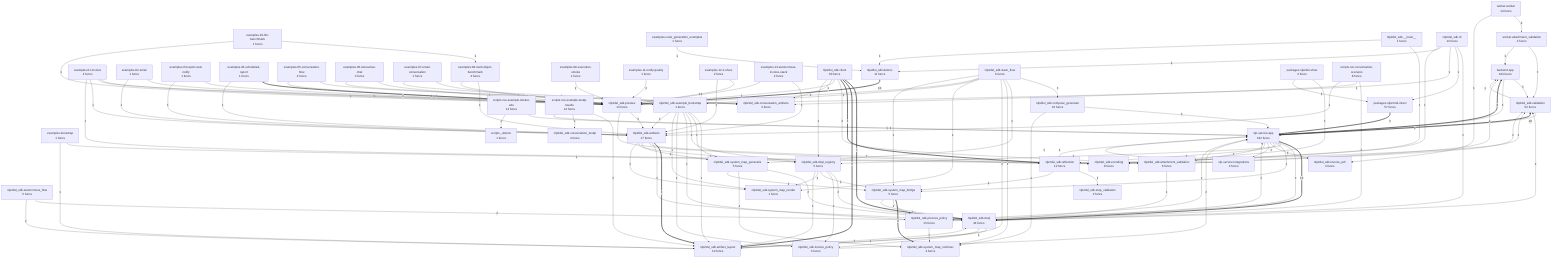
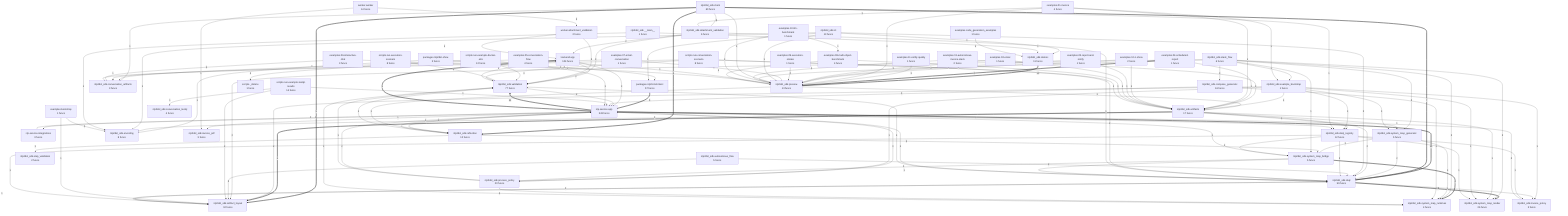
flowchart TD
- %% generated in 0.05s
+ %% generated in 0.08s
    backend__app["backend.app<br/>104 funcs"]
    examples__01_invoice["examples.01-invoice<br/>4 funcs"]
    examples__02_email["examples.02-email<br/>1 funcs"]
    examples__03_report_and_notify["examples.03-report-and-notify<br/>1 funcs"]
    examples__04_scheduled_report["examples.04-scheduled-report<br/>1 funcs"]
    examples__05_conversation_flow["examples.05-conversation-flow<br/>4 funcs"]
    examples__06_interactive_chat["examples.06-interactive-chat<br/>3 funcs"]
    examples__07_email_conversation["examples.07-email-conversation<br/>1 funcs"]
    examples__08_multi_object_benchmark["examples.08-multi-object-benchmark<br/>4 funcs"]
    examples__09_execution_smoke["examples.09-execution-smoke<br/>1 funcs"]
    examples__10_llm_benchmark["examples.10-llm-benchmark<br/>1 funcs"]
    examples__11_notify_quality["examples.11-notify-quality<br/>1 funcs"]
    examples__12_ir_show["examples.12-ir-show<br/>2 funcs"]
    examples__13_autonomous_invoice_stack["examples.13-autonomous-invoice-stack<br/>2 funcs"]
    examples__bootstrap["examples.bootstrap<br/>1 funcs"]
    examples__code_generation_examples["examples.code_generation_examples<br/>1 funcs"]
-     nlp_service__app["nlp-service.app<br/>332 funcs"]
+     nlp_service__app["nlp-service.app<br/>343 funcs"]
    nlp_service__integrations["nlp-service.integrations<br/>3 funcs"]
    nlp2dsl_sdk____main__["nlp2dsl_sdk.__main__<br/>1 funcs"]
    nlp2dsl_sdk__artifact_layout["nlp2dsl_sdk.artifact_layout<br/>10 funcs"]
    nlp2dsl_sdk__artifacts["nlp2dsl_sdk.artifacts<br/>17 funcs"]
    nlp2dsl_sdk__attachment_validation["nlp2dsl_sdk.attachment_validation<br/>6 funcs"]
    nlp2dsl_sdk__autonomous_flow["nlp2dsl_sdk.autonomous_flow<br/>5 funcs"]
    nlp2dsl_sdk__cli["nlp2dsl_sdk.cli<br/>13 funcs"]
    nlp2dsl_sdk__client["nlp2dsl_sdk.client<br/>60 funcs"]
    nlp2dsl_sdk__compose_generator["nlp2dsl_sdk.compose_generator<br/>16 funcs"]
    nlp2dsl_sdk__conversation_artifacts["nlp2dsl_sdk.conversation_artifacts<br/>3 funcs"]
    nlp2dsl_sdk__conversation_testql["nlp2dsl_sdk.conversation_testql<br/>4 funcs"]
    nlp2dsl_sdk__demos["nlp2dsl_sdk.demos<br/>11 funcs"]
-     nlp2dsl_sdk__doql["nlp2dsl_sdk.doql<br/>34 funcs"]
-     nlp2dsl_sdk__doql_registry["nlp2dsl_sdk.doql_registry<br/>5 funcs"]
+     nlp2dsl_sdk__doql["nlp2dsl_sdk.doql<br/>59 funcs"]
+     nlp2dsl_sdk__doql_registry["nlp2dsl_sdk.doql_registry<br/>12 funcs"]
    nlp2dsl_sdk__encoding["nlp2dsl_sdk.encoding<br/>8 funcs"]
    nlp2dsl_sdk__example_bootstrap["nlp2dsl_sdk.example_bootstrap<br/>1 funcs"]
    nlp2dsl_sdk__invoice_pdf["nlp2dsl_sdk.invoice_pdf<br/>3 funcs"]
    nlp2dsl_sdk__invoice_policy["nlp2dsl_sdk.invoice_policy<br/>3 funcs"]
    nlp2dsl_sdk__preview["nlp2dsl_sdk.preview<br/>13 funcs"]
-     nlp2dsl_sdk__process_policy["nlp2dsl_sdk.process_policy<br/>13 funcs"]
+     nlp2dsl_sdk__process_policy["nlp2dsl_sdk.process_policy<br/>20 funcs"]
    nlp2dsl_sdk__reflection["nlp2dsl_sdk.reflection<br/>12 funcs"]
    nlp2dsl_sdk__stack_flow["nlp2dsl_sdk.stack_flow<br/>6 funcs"]
    nlp2dsl_sdk__step_validation["nlp2dsl_sdk.step_validation<br/>2 funcs"]
    nlp2dsl_sdk__system_map_bridge["nlp2dsl_sdk.system_map_bridge<br/>5 funcs"]
    nlp2dsl_sdk__system_map_generator["nlp2dsl_sdk.system_map_generator<br/>5 funcs"]
-     nlp2dsl_sdk__system_map_render["nlp2dsl_sdk.system_map_render<br/>1 funcs"]
+     nlp2dsl_sdk__system_map_render["nlp2dsl_sdk.system_map_render<br/>26 funcs"]
    nlp2dsl_sdk__system_map_runtimes["nlp2dsl_sdk.system_map_runtimes<br/>4 funcs"]
-     nlp2dsl_sdk__validation["nlp2dsl_sdk.validation<br/>52 funcs"]
+     nlp2dsl_sdk__validation["nlp2dsl_sdk.validation<br/>77 funcs"]
    packages__nlp2cmd_intent["packages.nlp2cmd-intent<br/>57 funcs"]
    packages__nlp2dsl_show["packages.nlp2dsl-show<br/>3 funcs"]
    scripts___dotenv["scripts._dotenv<br/>1 funcs"]
    scripts__run_conversation_scenario["scripts.run-conversation-scenario<br/>8 funcs"]
    scripts__run_example_docker_e2e["scripts.run-example-docker-e2e<br/>12 funcs"]
    scripts__run_example_testql_results["scripts.run-example-testql-results<br/>14 funcs"]
+     scripts__run_execution_scenario["scripts.run-execution-scenario<br/>8 funcs"]
    worker__attachment_validation["worker.attachment_validation<br/>2 funcs"]
    worker__worker["worker.worker<br/>14 funcs"]
-     nlp_service__app ==>|13| nlp2dsl_sdk__doql
+     nlp2dsl_sdk__doql ==>|18| nlp2dsl_sdk__system_map_render
+     nlp_service__app ==>|15| nlp2dsl_sdk__doql
+     nlp_service__app ==>|11| nlp2dsl_sdk__validation
    nlp2dsl_sdk__demos ==>|10| nlp2dsl_sdk__preview
-     nlp_service__app ==>|10| nlp2dsl_sdk__validation
-     nlp_service__app ==>|8| backend__app
+     nlp_service__app ==>|9| backend__app
    nlp2dsl_sdk__client ==>|7| nlp2dsl_sdk__doql
    packages__nlp2cmd_intent ==>|5| nlp_service__app
    nlp2dsl_sdk__client ==>|5| nlp2dsl_sdk__artifact_layout
    nlp2dsl_sdk__artifacts ==>|4| nlp2dsl_sdk__artifact_layout
    nlp2dsl_sdk__client ==>|4| nlp2dsl_sdk__reflection
    nlp2dsl_sdk__system_map_bridge ==>|4| nlp2dsl_sdk__system_map_runtimes
    examples__04_scheduled_report ==>|4| nlp2dsl_sdk__preview
    backend__app -->|3| nlp2dsl_sdk__validation
    backend__app -->|3| nlp_service__app
    nlp2dsl_sdk__client -->|3| nlp2dsl_sdk__attachment_validation
    nlp2dsl_sdk__attachment_validation -->|3| nlp2dsl_sdk__validation
    nlp2dsl_sdk__stack_flow -->|3| nlp2dsl_sdk__compose_generator
    nlp2dsl_sdk__preview -->|3| nlp2dsl_sdk__artifacts
    examples__11_notify_quality -->|3| nlp2dsl_sdk__preview
    examples__01_invoice -->|3| nlp2dsl_sdk__preview
    examples__12_ir_show -->|3| nlp2dsl_sdk__preview
    examples__03_report_and_notify -->|3| nlp2dsl_sdk__preview
    examples__02_email -->|3| nlp2dsl_sdk__preview
    nlp_service__app -->|3| nlp2dsl_sdk__process_policy
    worker__attachment_validation -->|3| nlp2dsl_sdk__validation
+     scripts__run_example_docker_e2e -->|3| nlp2dsl_sdk__validation
    nlp2dsl_sdk__system_map_generator -->|2| nlp2dsl_sdk__doql
    nlp2dsl_sdk__artifacts -->|2| nlp2dsl_sdk__doql
    nlp2dsl_sdk__cli -->|2| nlp2dsl_sdk__doql
    nlp2dsl_sdk__example_bootstrap -->|2| nlp2dsl_sdk__artifact_layout
-     nlp2dsl_sdk__doql_registry -->|2| nlp2dsl_sdk__doql
    nlp2dsl_sdk__invoice_policy -->|2| nlp_service__app
    nlp2dsl_sdk__attachment_validation -->|2| backend__app
    nlp2dsl_sdk__stack_flow -->|2| nlp2dsl_sdk__system_map_generator
    nlp2dsl_sdk__stack_flow -->|2| nlp2dsl_sdk__system_map_runtimes
    nlp2dsl_sdk__stack_flow -->|2| nlp2dsl_sdk__artifact_layout
    nlp2dsl_sdk__stack_flow -->|2| nlp2dsl_sdk__system_map_render
    nlp2dsl_sdk__autonomous_flow -->|2| nlp2dsl_sdk__doql
    nlp2dsl_sdk__autonomous_flow -->|2| nlp2dsl_sdk__artifact_layout
-     nlp2dsl_sdk__process_policy -->|2| nlp_service__app
    nlp2dsl_sdk__validation -->|2| nlp_service__app
    examples__09_execution_smoke -->|2| nlp2dsl_sdk__preview
    examples__07_email_conversation -->|2| nlp2dsl_sdk__preview
    worker__worker -->|2| worker__attachment_validation
    scripts__run_example_testql_results -->|2| nlp2dsl_sdk__artifact_layout
+     nlp2dsl_sdk__doql_registry -->|2| nlp2dsl_sdk__doql
+     nlp2dsl_sdk__process_policy -->|2| nlp_service__app
+     scripts__run_execution_scenario -->|2| nlp2dsl_sdk__validation
+     scripts__run_conversation_scenario -->|2| nlp2dsl_sdk__validation
    scripts__run_conversation_scenario -->|2| nlp2dsl_sdk__doql
    packages__nlp2dsl_show -->|1| nlp2dsl_sdk__encoding
    packages__nlp2dsl_show -->|1| packages__nlp2cmd_intent
    nlp2dsl_sdk__system_map_generator -->|1| nlp2dsl_sdk__system_map_runtimes
    nlp2dsl_sdk__system_map_generator -->|1| nlp2dsl_sdk__system_map_bridge
    nlp2dsl_sdk__artifacts -->|1| nlp2dsl_sdk__encoding
    nlp2dsl_sdk__artifacts -->|1| nlp2dsl_sdk__system_map_generator
    nlp2dsl_sdk__artifacts -->|1| nlp2dsl_sdk__doql_registry
    nlp2dsl_sdk__artifacts -->|1| nlp2dsl_sdk__system_map_render
    nlp2dsl_sdk__cli -->|1| packages__nlp2cmd_intent
    nlp2dsl_sdk__cli -->|1| nlp2dsl_sdk__preview
    nlp2dsl_sdk__cli -->|1| nlp2dsl_sdk__demos
    nlp2dsl_sdk__cli -->|1| nlp2dsl_sdk__encoding
    nlp2dsl_sdk__example_bootstrap -->|1| nlp2dsl_sdk__system_map_generator
    nlp2dsl_sdk__example_bootstrap -->|1| nlp2dsl_sdk__doql_registry
    nlp2dsl_sdk__example_bootstrap -->|1| nlp2dsl_sdk__process_policy
    nlp2dsl_sdk__example_bootstrap -->|1| nlp2dsl_sdk__invoice_policy
    nlp2dsl_sdk__example_bootstrap -->|1| nlp2dsl_sdk__system_map_render
    nlp2dsl_sdk__example_bootstrap -->|1| nlp2dsl_sdk__artifacts
-     nlp2dsl_sdk__doql_registry -->|1| nlp2dsl_sdk__invoice_policy
-     nlp2dsl_sdk__doql_registry -->|1| nlp2dsl_sdk__system_map_bridge
-     nlp2dsl_sdk__doql_registry -->|1| nlp2dsl_sdk__system_map_render
-     nlp2dsl_sdk__doql_registry -->|1| nlp2dsl_sdk__artifact_layout
    nlp2dsl_sdk__client -->|1| nlp2dsl_sdk__preview
    nlp2dsl_sdk__client -->|1| nlp2dsl_sdk__conversation_artifacts
    nlp2dsl_sdk__client -->|1| nlp2dsl_sdk__doql_registry
    nlp2dsl_sdk____main__ -->|1| nlp2dsl_sdk__encoding
    nlp2dsl_sdk____main__ -->|1| nlp2dsl_sdk__demos
    nlp2dsl_sdk__attachment_validation -->|1| nlp2dsl_sdk__doql
    nlp2dsl_sdk__system_map_bridge -->|1| nlp2dsl_sdk__process_policy
    nlp2dsl_sdk__system_map_bridge -->|1| nlp2dsl_sdk__doql
    nlp2dsl_sdk__reflection -->|1| nlp2dsl_sdk__validation
    nlp2dsl_sdk__reflection -->|1| nlp_service__app
    nlp2dsl_sdk__reflection -->|1| nlp2dsl_sdk__step_validation
    nlp2dsl_sdk__reflection -->|1| nlp2dsl_sdk__system_map_bridge
    nlp2dsl_sdk__stack_flow -->|1| nlp2dsl_sdk__example_bootstrap
    nlp2dsl_sdk__stack_flow -->|1| nlp2dsl_sdk__preview
    nlp2dsl_sdk__stack_flow -->|1| nlp2dsl_sdk__system_map_bridge
    nlp2dsl_sdk__compose_generator -->|1| nlp_service__app
    nlp2dsl_sdk__compose_generator -->|1| nlp2dsl_sdk__system_map_runtimes
    nlp2dsl_sdk__preview -->|1| nlp2dsl_sdk__reflection
-     nlp2dsl_sdk__process_policy -->|1| nlp2dsl_sdk__system_map_runtimes
    nlp2dsl_sdk__artifact_layout -->|1| nlp2dsl_sdk__doql
    nlp2dsl_sdk__validation -->|1| backend__app
-     nlp2dsl_sdk__doql -->|1| nlp2dsl_sdk__artifact_layout
    nlp2dsl_sdk__doql -->|1| nlp_service__app
    nlp2dsl_sdk__doql -->|1| nlp2dsl_sdk__invoice_policy
+     nlp2dsl_sdk__doql -->|1| nlp2dsl_sdk__validation
    examples__bootstrap -->|1| nlp2dsl_sdk__encoding
    examples__bootstrap -->|1| nlp2dsl_sdk__artifact_layout
    examples__code_generation_examples -->|1| nlp2dsl_sdk__demos
    examples__13_autonomous_invoice_stack -->|1| nlp2dsl_sdk__artifacts
    examples__13_autonomous_invoice_stack -->|1| nlp2dsl_sdk__preview
    examples__10_llm_benchmark -->|1| examples__08_multi_object_benchmark
    examples__10_llm_benchmark -->|1| nlp2dsl_sdk__preview
    examples__05_conversation_flow -->|1| nlp2dsl_sdk__conversation_artifacts
    examples__05_conversation_flow -->|1| nlp2dsl_sdk__preview
    examples__04_scheduled_report -->|1| nlp2dsl_sdk__artifacts
    examples__01_invoice -->|1| nlp2dsl_sdk__example_bootstrap
    examples__01_invoice -->|1| nlp2dsl_sdk__artifacts
    examples__01_invoice -->|1| nlp2dsl_sdk__attachment_validation
    examples__12_ir_show -->|1| nlp2dsl_sdk__artifacts
    examples__07_email_conversation -->|1| nlp2dsl_sdk__conversation_artifacts
    examples__03_report_and_notify -->|1| nlp2dsl_sdk__artifacts
    examples__02_email -->|1| nlp2dsl_sdk__artifacts
    examples__06_interactive_chat -->|1| nlp2dsl_sdk__preview
    examples__06_interactive_chat -->|1| nlp2dsl_sdk__conversation_artifacts
    examples__08_multi_object_benchmark -->|1| nlp2dsl_sdk__artifacts
    examples__08_multi_object_benchmark -->|1| nlp2dsl_sdk__preview
    nlp_service__app -->|1| nlp2dsl_sdk__doql_registry
    nlp_service__app -->|1| nlp2dsl_sdk__system_map_bridge
    nlp_service__app -->|1| nlp2dsl_sdk__reflection
    nlp_service__app -->|1| nlp2dsl_sdk__invoice_pdf
    nlp_service__app -->|1| nlp_service__integrations
    nlp_service__integrations -->|1| nlp_service__app
    worker__attachment_validation -->|1| backend__app
    worker__worker -->|1| nlp2dsl_sdk__invoice_pdf
    scripts__run_example_testql_results -->|1| nlp2dsl_sdk__conversation_testql
    scripts__run_example_testql_results -->|1| nlp_service__app
+     nlp2dsl_sdk__doql_registry -->|1| nlp2dsl_sdk__invoice_policy
+     nlp2dsl_sdk__doql_registry -->|1| nlp2dsl_sdk__system_map_bridge
+     nlp2dsl_sdk__doql_registry -->|1| nlp2dsl_sdk__system_map_render
+     nlp2dsl_sdk__doql_registry -->|1| nlp2dsl_sdk__artifact_layout
+     nlp2dsl_sdk__doql -->|1| nlp2dsl_sdk__artifact_layout
+     nlp2dsl_sdk__process_policy -->|1| nlp2dsl_sdk__validation
+     nlp2dsl_sdk__process_policy -->|1| nlp2dsl_sdk__system_map_runtimes
    scripts__run_example_docker_e2e -->|1| nlp_service__app
    scripts__run_example_docker_e2e -->|1| scripts___dotenv
+     nlp2dsl_sdk__validation -->|1| nlp2dsl_sdk__system_map_runtimes
    scripts__run_conversation_scenario -->|1| nlp2dsl_sdk__conversation_artifacts
    scripts__run_conversation_scenario -->|1| nlp2dsl_sdk__artifacts
-     nlp2dsl_sdk__doql -->|1| nlp2dsl_sdk__validation
-     nlp_service__app -->|1| nlp2dsl_sdk__attachment_validation
